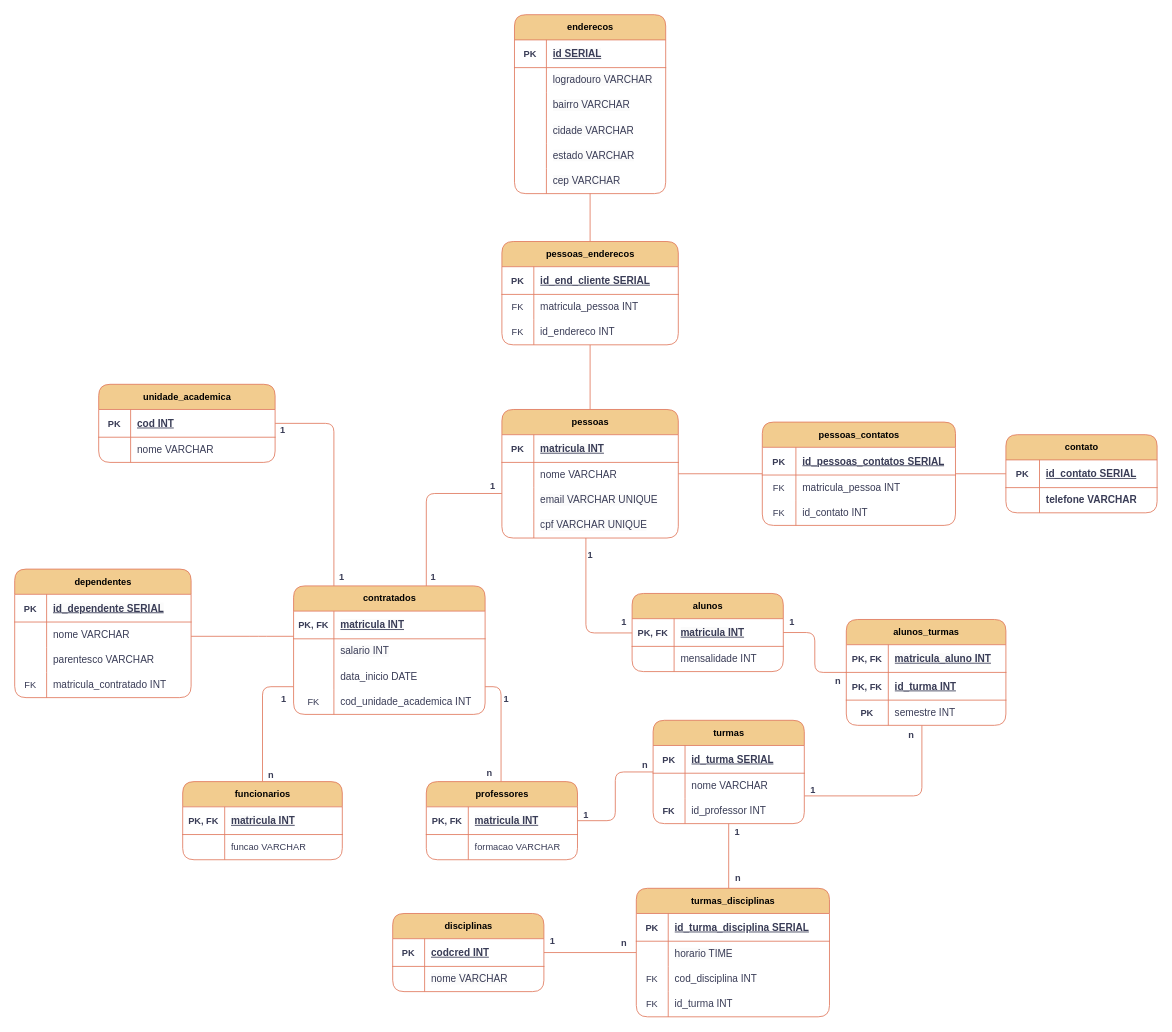
The draw.io diagram projeto-ada.drawio in tamigld/qsd-ada-banco-de-dados, before the edit. Source tidied: cells renumbered, new cells numbered last; positions are measured from the earlier drawing's top-left corner, leaving out a move shared by most shapes. Both pictures are drawn from the tidied source at 84%, with x=0, y=0 at pixel (14, 14).
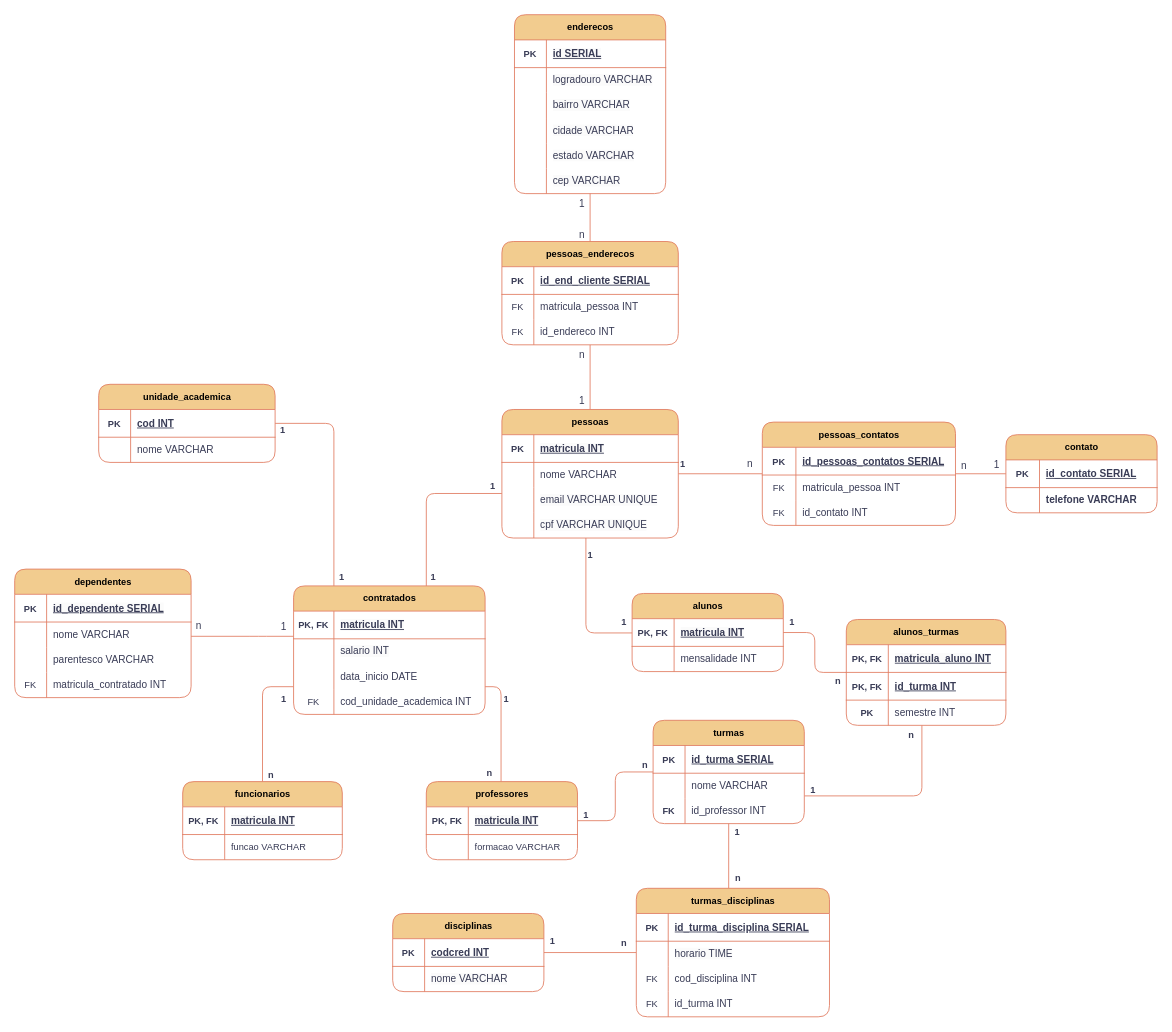
The same diagram, later.

Change to the diagram source:
```diff
@@
+    <mxCell id="191" value="1" style="text;html=1;align=center;verticalAlign=middle;strokeColor=none;fillColor=none;fontFamily=Helvetica;fontSize=11;fontColor=#393C56;fontStyle=1;labelBackgroundColor=none;rounded=1;" parent="1" vertex="1">
+      <mxGeometry x="780" y="520" width="30" height="30" as="geometry" />
+    </mxCell>
+    <mxCell id="192" value="n" style="text;html=1;align=center;verticalAlign=middle;strokeColor=none;fillColor=none;fontColor=#393C56;" parent="1" vertex="1">
+      <mxGeometry x="860" y="520" width="30" height="30" as="geometry" />
+    </mxCell>
+    <mxCell id="193" value="n" style="text;html=1;align=center;verticalAlign=middle;strokeColor=none;fillColor=none;fontColor=#393C56;" parent="1" vertex="1">
+      <mxGeometry x="1115" y="522" width="30" height="30" as="geometry" />
+    </mxCell>
+    <mxCell id="194" value="1" style="text;html=1;align=center;verticalAlign=middle;strokeColor=none;fillColor=none;fontColor=#393C56;" parent="1" vertex="1">
+      <mxGeometry x="1154" y="521" width="30" height="30" as="geometry" />
+    </mxCell>
+    <mxCell id="195" value="n" style="text;html=1;align=center;verticalAlign=middle;strokeColor=none;fillColor=none;fontColor=#393C56;" parent="1" vertex="1">
+      <mxGeometry x="660" y="390" width="30" height="30" as="geometry" />
+    </mxCell>
+    <mxCell id="196" value="n" style="text;html=1;align=center;verticalAlign=middle;strokeColor=none;fillColor=none;fontColor=#393C56;" parent="1" vertex="1">
+      <mxGeometry x="660" y="247" width="30" height="30" as="geometry" />
+    </mxCell>
+    <mxCell id="197" value="1" style="text;html=1;align=center;verticalAlign=middle;strokeColor=none;fillColor=none;fontColor=#393C56;" parent="1" vertex="1">
+      <mxGeometry x="660" y="210" width="30" height="30" as="geometry" />
+    </mxCell>
+    <mxCell id="198" value="1" style="text;html=1;align=center;verticalAlign=middle;strokeColor=none;fillColor=none;fontColor=#393C56;" parent="1" vertex="1">
+      <mxGeometry x="660" y="445" width="30" height="30" as="geometry" />
+    </mxCell>
+    <mxCell id="199" value="n" style="text;html=1;align=center;verticalAlign=middle;strokeColor=none;fillColor=none;fontColor=#393C56;" parent="1" vertex="1">
+      <mxGeometry x="204" y="713" width="30" height="30" as="geometry" />
+    </mxCell>
+    <mxCell id="200" value="1" style="text;html=1;align=center;verticalAlign=middle;strokeColor=none;fillColor=none;fontColor=#393C56;" parent="1" vertex="1">
+      <mxGeometry x="305" y="714" width="30" height="30" as="geometry" />
+    </mxCell>
```
